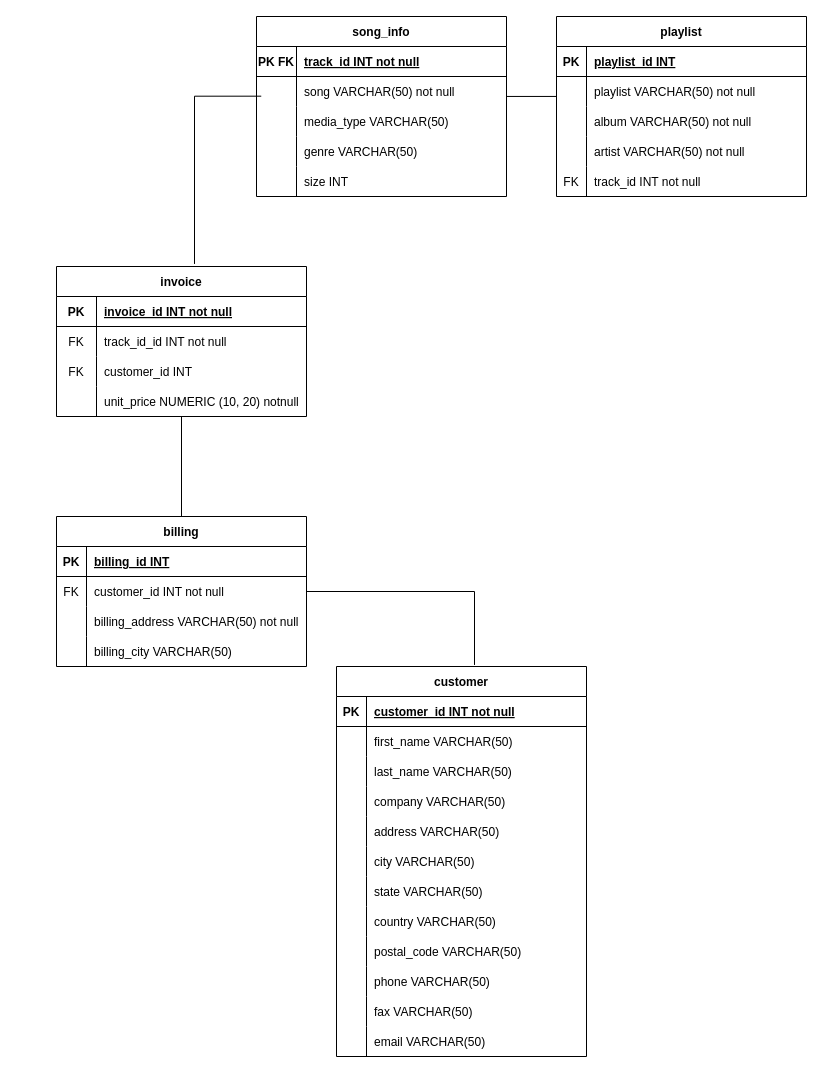
Before: Untitled Diagram.drawio in karenlrl/Data-Story, a draw.io diagram. Source tidied: cells renumbered, new cells numbered last; positions are measured from the earlier drawing's top-left corner, leaving out a move shared by most shapes. Both pictures are drawn from the tidied source at 100%, with x=0, y=0 at pixel (56, 16).
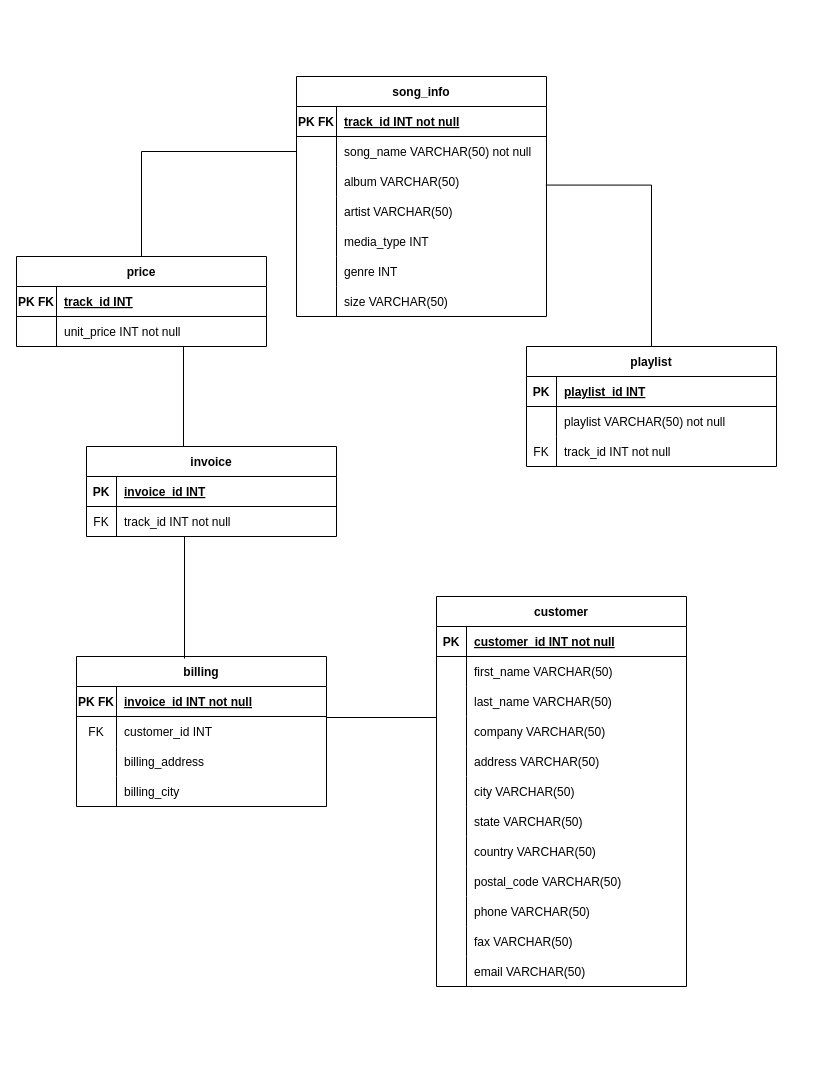
The same diagram, later.

The change refers to these unchanged cells:
```xml
<mxCell id="3" style="shape=partialRectangle;fillColor=none;top=0;left=0;right=0;bottom=1;" parent="2" vertex="1">
  <mxGeometry y="30" width="250" height="30" as="geometry" />
</mxCell>
<mxCell id="6" style="shape=partialRectangle;fillColor=none;points=[[0,0.5],[1,0.5]];portConstraint=eastwest;top=0;left=0;right=0;bottom=0;" parent="2" vertex="1">
  <mxGeometry y="60" width="250" height="30" as="geometry" />
</mxCell>
<mxCell id="53" style="shape=partialRectangle;fillColor=none;top=0;left=0;right=0;bottom=1;" parent="52" vertex="1">
  <mxGeometry y="30" width="250" height="30" as="geometry" />
</mxCell>
<mxCell id="69" style="shape=partialRectangle;fillColor=none;points=[[0,0.5],[1,0.5]];portConstraint=eastwest;top=0;left=0;right=0;bottom=0;" parent="65" vertex="1">
  <mxGeometry y="60" width="250" height="30" as="geometry" />
</mxCell>
<mxCell id="72" style="shape=partialRectangle;fillColor=none;points=[[0,0.5],[1,0.5]];portConstraint=eastwest;top=0;left=0;right=0;bottom=0;" parent="65" vertex="1">
  <mxGeometry y="90" width="250" height="30" as="geometry" />
</mxCell>
<mxCell id="75" style="shape=partialRectangle;fillColor=none;points=[[0,0.5],[1,0.5]];portConstraint=eastwest;top=0;left=0;right=0;bottom=0;" parent="65" vertex="1">
  <mxGeometry y="120" width="250" height="30" as="geometry" />
</mxCell>
<mxCell id="78" style="shape=partialRectangle;fillColor=none;top=0;left=0;right=0;bottom=0;" parent="65" vertex="1">
  <mxGeometry y="150" width="250" height="30" as="geometry" />
</mxCell>
<mxCell id="85" style="shape=partialRectangle;fillColor=none;points=[[0,0.5],[1,0.5]];portConstraint=eastwest;top=0;left=0;right=0;bottom=0;" parent="81" vertex="1">
  <mxGeometry y="60" width="250" height="30" as="geometry" />
</mxCell>
```

What changed in the source:
```diff
@@
-    <mxCell id="2" value="billing" style="shape=table;startSize=30;childLayout=tableLayout;rowLines=0;fontStyle=1;align=center;" parent="1" vertex="1">
-      <mxGeometry y="500" width="250" height="150" as="geometry" />
+    <mxCell id="2" value="price" style="shape=table;startSize=30;childLayout=tableLayout;rowLines=0;fontStyle=1;align=center;" parent="1" vertex="1">
+      <mxGeometry x="-40" y="240" width="250" height="90" as="geometry" />
     </mxCell>
@@
-    <mxCell id="4" value="PK" style="shape=partialRectangle;overflow=hidden;fillColor=none;top=0;left=0;bottom=0;right=0;fontStyle=1;" parent="3" vertex="1">
-      <mxGeometry width="30" height="30" as="geometry" />
+    <mxCell id="4" value="PK FK" style="shape=partialRectangle;overflow=hidden;fillColor=none;top=0;left=0;bottom=0;right=0;fontStyle=1;" parent="3" vertex="1">
+      <mxGeometry width="40" height="30" as="geometry" />
     </mxCell>
-    <mxCell id="5" value="billing_id INT" style="shape=partialRectangle;overflow=hidden;fillColor=none;top=0;left=0;bottom=0;right=0;align=left;spacingLeft=6;fontStyle=5;" parent="3" vertex="1">
-      <mxGeometry x="30" width="220" height="30" as="geometry" />
+    <mxCell id="5" value="track_id INT" style="shape=partialRectangle;overflow=hidden;fillColor=none;top=0;left=0;bottom=0;right=0;align=left;spacingLeft=6;fontStyle=5;" parent="3" vertex="1">
+      <mxGeometry x="40" width="210" height="30" as="geometry" />
     </mxCell>
@@
-    <mxCell id="7" value="FK" style="shape=partialRectangle;overflow=hidden;fillColor=none;top=0;left=0;bottom=0;right=0;" parent="6" vertex="1">
-      <mxGeometry width="30" height="30" as="geometry" />
+    <mxCell id="7" style="shape=partialRectangle;overflow=hidden;fillColor=none;top=0;left=0;bottom=0;right=0;" parent="6" vertex="1">
+      <mxGeometry width="40" height="30" as="geometry" />
     </mxCell>
-    <mxCell id="8" value="customer_id INT not null" style="shape=partialRectangle;overflow=hidden;fillColor=none;top=0;left=0;bottom=0;right=0;align=left;spacingLeft=6;" parent="6" vertex="1">
-      <mxGeometry x="30" width="220" height="30" as="geometry" />
+    <mxCell id="8" value="unit_price INT not null" style="shape=partialRectangle;overflow=hidden;fillColor=none;top=0;left=0;bottom=0;right=0;align=left;spacingLeft=6;" parent="6" vertex="1">
+      <mxGeometry x="40" width="210" height="30" as="geometry" />
     </mxCell>
-    <mxCell id="9" style="shape=partialRectangle;fillColor=none;top=0;left=0;right=0;bottom=0;" parent="2" vertex="1">
-      <mxGeometry y="90" width="250" height="30" as="geometry" />
-    </mxCell>
-    <mxCell id="10" style="shape=partialRectangle;overflow=hidden;fillColor=none;top=0;left=0;bottom=0;right=0;" parent="9" vertex="1">
-      <mxGeometry width="30" height="30" as="geometry" />
-    </mxCell>
-    <mxCell id="11" value="billing_address VARCHAR(50) not null" style="shape=partialRectangle;overflow=hidden;fillColor=none;top=0;left=0;bottom=0;right=0;align=left;spacingLeft=6;" parent="9" vertex="1">
-      <mxGeometry x="30" width="220" height="30" as="geometry" />
-    </mxCell>
-    <mxCell id="12" style="shape=partialRectangle;fillColor=none;top=0;left=0;right=0;bottom=0;" parent="2" vertex="1">
-      <mxGeometry y="120" width="250" height="30" as="geometry" />
-    </mxCell>
-    <mxCell id="13" style="shape=partialRectangle;overflow=hidden;fillColor=none;top=0;left=0;bottom=0;right=0;" parent="12" vertex="1">
-      <mxGeometry width="30" height="30" as="geometry" />
-    </mxCell>
-    <mxCell id="14" value="billing_city VARCHAR(50)" style="shape=partialRectangle;overflow=hidden;fillColor=none;top=0;left=0;bottom=0;right=0;align=left;spacingLeft=6;" parent="12" vertex="1">
-      <mxGeometry x="30" width="220" height="30" as="geometry" />
-    </mxCell>
     <mxCell id="15" value="customer" style="shape=table;startSize=30;childLayout=tableLayout;rowLines=0;fontStyle=1;align=center;" parent="1" vertex="1">
-      <mxGeometry x="280" y="650" width="250" height="390" as="geometry" />
+      <mxGeometry x="380" y="580" width="250" height="390" as="geometry" />
     </mxCell>
@@
-    <mxCell id="52" value="invoice" style="shape=table;startSize=30;childLayout=tableLayout;rowLines=0;fontStyle=1;align=center;" parent="1" vertex="1">
-      <mxGeometry y="250" width="250" height="150" as="geometry" />
+    <mxCell id="52" value="billing" style="shape=table;startSize=30;childLayout=tableLayout;rowLines=0;fontStyle=1;align=center;" parent="1" vertex="1">
+      <mxGeometry x="20" y="640" width="250" height="150" as="geometry" />
     </mxCell>
@@
-    <mxCell id="54" value="PK" style="shape=partialRectangle;overflow=hidden;fillColor=none;top=0;left=0;bottom=0;right=0;fontStyle=1;" parent="53" vertex="1">
+    <mxCell id="54" value="PK FK" style="shape=partialRectangle;overflow=hidden;fillColor=none;top=0;left=0;bottom=0;right=0;fontStyle=1;" parent="53" vertex="1">
       <mxGeometry width="40" height="30" as="geometry" />
     </mxCell>
@@
-    <mxCell id="56" style="shape=partialRectangle;fillColor=none;top=0;left=0;right=0;bottom=0;" parent="52" vertex="1">
-      <mxGeometry y="60" width="250" height="30" as="geometry" />
-    </mxCell>
-    <mxCell id="57" value="FK" style="shape=partialRectangle;overflow=hidden;fillColor=none;top=0;left=0;bottom=0;right=0;" parent="56" vertex="1">
-      <mxGeometry width="40" height="30" as="geometry" />
-    </mxCell>
-    <mxCell id="58" value="track_id_id INT not null" style="shape=partialRectangle;overflow=hidden;fillColor=none;top=0;left=0;bottom=0;right=0;align=left;spacingLeft=6;" parent="56" vertex="1">
-      <mxGeometry x="40" width="210" height="30" as="geometry" />
-    </mxCell>
     <mxCell id="59" style="shape=partialRectangle;fillColor=none;top=0;left=0;right=0;bottom=0;" parent="52" vertex="1">
-      <mxGeometry y="90" width="250" height="30" as="geometry" />
+      <mxGeometry y="60" width="250" height="30" as="geometry" />
     </mxCell>
@@
     <mxCell id="62" style="shape=partialRectangle;fillColor=none;top=0;left=0;right=0;bottom=0;" parent="52" vertex="1">
-      <mxGeometry y="120" width="250" height="30" as="geometry" />
+      <mxGeometry y="90" width="250" height="30" as="geometry" />
     </mxCell>
@@
-    <mxCell id="64" value="unit_price NUMERIC (10, 20) notnull" style="shape=partialRectangle;overflow=hidden;fillColor=none;top=0;left=0;bottom=0;right=0;align=left;spacingLeft=6;" parent="62" vertex="1">
+    <mxCell id="64" value="billing_address" style="shape=partialRectangle;overflow=hidden;fillColor=none;top=0;left=0;bottom=0;right=0;align=left;spacingLeft=6;" parent="62" vertex="1">
       <mxGeometry x="40" width="210" height="30" as="geometry" />
     </mxCell>
+    <mxCell id="101" style="shape=partialRectangle;fillColor=none;top=0;left=0;right=0;bottom=0;" parent="52" vertex="1">
+      <mxGeometry y="120" width="250" height="30" as="geometry" />
+    </mxCell>
+    <mxCell id="102" style="shape=partialRectangle;overflow=hidden;fillColor=none;top=0;left=0;bottom=0;right=0;" parent="101" vertex="1">
+      <mxGeometry width="40" height="30" as="geometry" />
+    </mxCell>
+    <mxCell id="103" value="billing_city" style="shape=partialRectangle;overflow=hidden;fillColor=none;top=0;left=0;bottom=0;right=0;align=left;spacingLeft=6;" parent="101" vertex="1">
+      <mxGeometry x="40" width="210" height="30" as="geometry" />
+    </mxCell>
     <mxCell id="65" value="song_info" style="shape=table;startSize=30;childLayout=tableLayout;rowLines=0;fontStyle=1;align=center;" parent="1" vertex="1">
-      <mxGeometry x="200" width="250" height="180" as="geometry" />
+      <mxGeometry x="240" y="60" width="250" height="240" as="geometry" />
     </mxCell>
@@
-    <mxCell id="71" value="song VARCHAR(50) not null" style="shape=partialRectangle;overflow=hidden;fillColor=none;top=0;left=0;bottom=0;right=0;align=left;spacingLeft=6;" parent="69" vertex="1">
+    <mxCell id="71" value="song_name VARCHAR(50) not null" style="shape=partialRectangle;overflow=hidden;fillColor=none;top=0;left=0;bottom=0;right=0;align=left;spacingLeft=6;" parent="69" vertex="1">
       <mxGeometry x="40" width="210" height="30" as="geometry" />
     </mxCell>
@@
-    <mxCell id="74" value="media_type VARCHAR(50)" style="shape=partialRectangle;overflow=hidden;fillColor=none;top=0;left=0;bottom=0;right=0;align=left;spacingLeft=6;" parent="72" vertex="1">
+    <mxCell id="74" value="album VARCHAR(50)" style="shape=partialRectangle;overflow=hidden;fillColor=none;top=0;left=0;bottom=0;right=0;align=left;spacingLeft=6;" parent="72" vertex="1">
       <mxGeometry x="40" width="210" height="30" as="geometry" />
     </mxCell>
@@
-    <mxCell id="77" value="genre VARCHAR(50)" style="shape=partialRectangle;overflow=hidden;fillColor=none;top=0;left=0;bottom=0;right=0;align=left;spacingLeft=6;" parent="75" vertex="1">
+    <mxCell id="77" value="artist VARCHAR(50)" style="shape=partialRectangle;overflow=hidden;fillColor=none;top=0;left=0;bottom=0;right=0;align=left;spacingLeft=6;" parent="75" vertex="1">
       <mxGeometry x="40" width="210" height="30" as="geometry" />
     </mxCell>
@@
-    <mxCell id="80" value="size INT" style="shape=partialRectangle;overflow=hidden;fillColor=none;top=0;left=0;bottom=0;right=0;align=left;spacingLeft=6;" parent="78" vertex="1">
+    <mxCell id="80" value="media_type INT" style="shape=partialRectangle;overflow=hidden;fillColor=none;top=0;left=0;bottom=0;right=0;align=left;spacingLeft=6;" parent="78" vertex="1">
       <mxGeometry x="40" width="210" height="30" as="geometry" />
     </mxCell>
+    <mxCell id="104" style="shape=partialRectangle;fillColor=none;top=0;left=0;right=0;bottom=0;" parent="65" vertex="1">
+      <mxGeometry y="180" width="250" height="30" as="geometry" />
+    </mxCell>
+    <mxCell id="105" style="shape=partialRectangle;overflow=hidden;fillColor=none;top=0;left=0;bottom=0;right=0;" parent="104" vertex="1">
+      <mxGeometry width="40" height="30" as="geometry" />
+    </mxCell>
+    <mxCell id="106" value="genre INT" style="shape=partialRectangle;overflow=hidden;fillColor=none;top=0;left=0;bottom=0;right=0;align=left;spacingLeft=6;" parent="104" vertex="1">
+      <mxGeometry x="40" width="210" height="30" as="geometry" />
+    </mxCell>
+    <mxCell id="107" style="shape=partialRectangle;fillColor=none;top=0;left=0;right=0;bottom=0;" parent="65" vertex="1">
+      <mxGeometry y="210" width="250" height="30" as="geometry" />
+    </mxCell>
+    <mxCell id="108" style="shape=partialRectangle;overflow=hidden;fillColor=none;top=0;left=0;bottom=0;right=0;" parent="107" vertex="1">
+      <mxGeometry width="40" height="30" as="geometry" />
+    </mxCell>
+    <mxCell id="109" value="size VARCHAR(50)" style="shape=partialRectangle;overflow=hidden;fillColor=none;top=0;left=0;bottom=0;right=0;align=left;spacingLeft=6;" parent="107" vertex="1">
+      <mxGeometry x="40" width="210" height="30" as="geometry" />
+    </mxCell>
     <mxCell id="81" value="playlist" style="shape=table;startSize=30;childLayout=tableLayout;rowLines=0;fontStyle=1;align=center;" parent="1" vertex="1">
-      <mxGeometry x="500" width="250" height="180" as="geometry" />
+      <mxGeometry x="470" y="330" width="250" height="120" as="geometry" />
     </mxCell>
@@
-    <mxCell id="88" style="shape=partialRectangle;fillColor=none;top=0;left=0;right=0;bottom=0;" parent="81" vertex="1">
-      <mxGeometry y="90" width="250" height="30" as="geometry" />
-    </mxCell>
-    <mxCell id="89" style="shape=partialRectangle;overflow=hidden;fillColor=none;top=0;left=0;bottom=0;right=0;" parent="88" vertex="1">
-      <mxGeometry width="30" height="30" as="geometry" />
-    </mxCell>
-    <mxCell id="90" value="album VARCHAR(50) not null" style="shape=partialRectangle;overflow=hidden;fillColor=none;top=0;left=0;bottom=0;right=0;align=left;spacingLeft=6;" parent="88" vertex="1">
-      <mxGeometry x="30" width="220" height="30" as="geometry" />
-    </mxCell>
-    <mxCell id="91" style="shape=partialRectangle;fillColor=none;top=0;left=0;right=0;bottom=0;" parent="81" vertex="1">
-      <mxGeometry y="120" width="250" height="30" as="geometry" />
-    </mxCell>
-    <mxCell id="92" style="shape=partialRectangle;overflow=hidden;fillColor=none;top=0;left=0;bottom=0;right=0;" parent="91" vertex="1">
-      <mxGeometry width="30" height="30" as="geometry" />
-    </mxCell>
-    <mxCell id="93" value="artist VARCHAR(50) not null" style="shape=partialRectangle;overflow=hidden;fillColor=none;top=0;left=0;bottom=0;right=0;align=left;spacingLeft=6;" parent="91" vertex="1">
-      <mxGeometry x="30" width="220" height="30" as="geometry" />
-    </mxCell>
     <mxCell id="94" style="shape=partialRectangle;fillColor=none;top=0;left=0;right=0;bottom=0;" parent="81" vertex="1">
-      <mxGeometry y="150" width="250" height="30" as="geometry" />
+      <mxGeometry y="90" width="250" height="30" as="geometry" />
     </mxCell>
@@
-    <mxCell id="97" style="endArrow=none;html=1;rounded=0;exitX=1;exitY=0.5;exitDx=0;exitDy=0;entryX=0.552;entryY=-0.004;entryDx=0;entryDy=0;entryPerimeter=0;edgeStyle=orthogonalEdgeStyle;" parent="1" edge="1" source="6" target="15">
-      <mxGeometry relative="1" as="geometry" />
-    </mxCell>
-    <mxCell id="98" style="endArrow=none;html=1;rounded=0;entryX=-0.001;entryY=0.665;entryDx=0;entryDy=0;entryPerimeter=0;exitX=1.002;exitY=0.665;exitDx=0;exitDy=0;exitPerimeter=0;" parent="1" edge="1" source="69" target="85">
-      <mxGeometry relative="1" as="geometry" />
-    </mxCell>
-    <mxCell id="99" style="endArrow=none;html=1;rounded=0;exitX=0.552;exitY=-0.017;exitDx=0;exitDy=0;entryX=0.019;entryY=-0.344;entryDx=0;entryDy=0;entryPerimeter=0;exitPerimeter=0;edgeStyle=orthogonalEdgeStyle;" parent="1" edge="1" source="52" target="72">
-      <mxGeometry relative="1" as="geometry" />
-    </mxCell>
-    <mxCell id="100" style="endArrow=none;html=1;rounded=0;exitX=0.5;exitY=0;exitDx=0;exitDy=0;" parent="1" edge="1" source="2">
-      <mxGeometry relative="1" as="geometry">
-        <mxPoint x="125" y="400" as="targetPoint" />
-      </mxGeometry>
-    </mxCell>
+    <mxCell id="110" value="invoice" style="shape=table;startSize=30;childLayout=tableLayout;rowLines=0;fontStyle=1;align=center;" parent="1" vertex="1">
+      <mxGeometry x="30" y="430" width="250" height="90" as="geometry" />
+    </mxCell>
+    <mxCell id="111" style="shape=partialRectangle;fillColor=none;top=0;left=0;right=0;bottom=1;" parent="110" vertex="1">
+      <mxGeometry y="30" width="250" height="30" as="geometry" />
+    </mxCell>
+    <mxCell id="112" value="PK" style="shape=partialRectangle;overflow=hidden;fillColor=none;top=0;left=0;bottom=0;right=0;fontStyle=1;" parent="111" vertex="1">
+      <mxGeometry width="30" height="30" as="geometry" />
+    </mxCell>
+    <mxCell id="113" value="invoice_id INT" style="shape=partialRectangle;overflow=hidden;fillColor=none;top=0;left=0;bottom=0;right=0;align=left;spacingLeft=6;fontStyle=5;" parent="111" vertex="1">
+      <mxGeometry x="30" width="220" height="30" as="geometry" />
+    </mxCell>
+    <mxCell id="56" style="shape=partialRectangle;fillColor=none;top=0;left=0;right=0;bottom=0;" parent="110" vertex="1">
+      <mxGeometry y="60" width="250" height="30" as="geometry" />
+    </mxCell>
+    <mxCell id="57" value="FK" style="shape=partialRectangle;overflow=hidden;fillColor=none;top=0;left=0;bottom=0;right=0;" parent="56" vertex="1">
+      <mxGeometry width="30" height="30" as="geometry" />
+    </mxCell>
+    <mxCell id="114" value="track_id INT not null" style="shape=partialRectangle;overflow=hidden;fillColor=none;top=0;left=0;bottom=0;right=0;align=left;spacingLeft=6;" parent="56" vertex="1">
+      <mxGeometry x="30" width="220" height="30" as="geometry" />
+    </mxCell>
+    <mxCell id="115" style="endArrow=none;html=1;rounded=0;entryX=0.997;entryY=-0.381;entryDx=0;entryDy=0;entryPerimeter=0;exitX=0.5;exitY=0;exitDx=0;exitDy=0;edgeStyle=orthogonalEdgeStyle;" parent="1" edge="1" source="81" target="75">
+      <mxGeometry relative="1" as="geometry" />
+    </mxCell>
+    <mxCell id="116" style="endArrow=none;html=1;rounded=0;entryX=0;entryY=0.5;entryDx=0;entryDy=0;exitX=0.5;exitY=0;exitDx=0;exitDy=0;edgeStyle=orthogonalEdgeStyle;" parent="1" edge="1" source="2" target="69">
+      <mxGeometry relative="1" as="geometry" />
+    </mxCell>
+    <mxCell id="117" style="endArrow=none;html=1;rounded=0;" parent="1" edge="1">
+      <mxGeometry relative="1" as="geometry">
+        <mxPoint x="127" y="430" as="sourcePoint" />
+        <mxPoint x="127" y="330" as="targetPoint" />
+      </mxGeometry>
+    </mxCell>
+    <mxCell id="118" style="endArrow=none;html=1;rounded=0;exitX=0.432;exitY=0.013;exitDx=0;exitDy=0;exitPerimeter=0;" parent="1" edge="1" source="52">
+      <mxGeometry relative="1" as="geometry">
+        <mxPoint x="128" y="520" as="targetPoint" />
+      </mxGeometry>
+    </mxCell>
+    <mxCell id="119" style="endArrow=none;html=1;rounded=0;" parent="1" edge="1">
+      <mxGeometry relative="1" as="geometry">
+        <mxPoint x="270" y="701" as="sourcePoint" />
+        <mxPoint x="380" y="701" as="targetPoint" />
+      </mxGeometry>
+    </mxCell>
```
